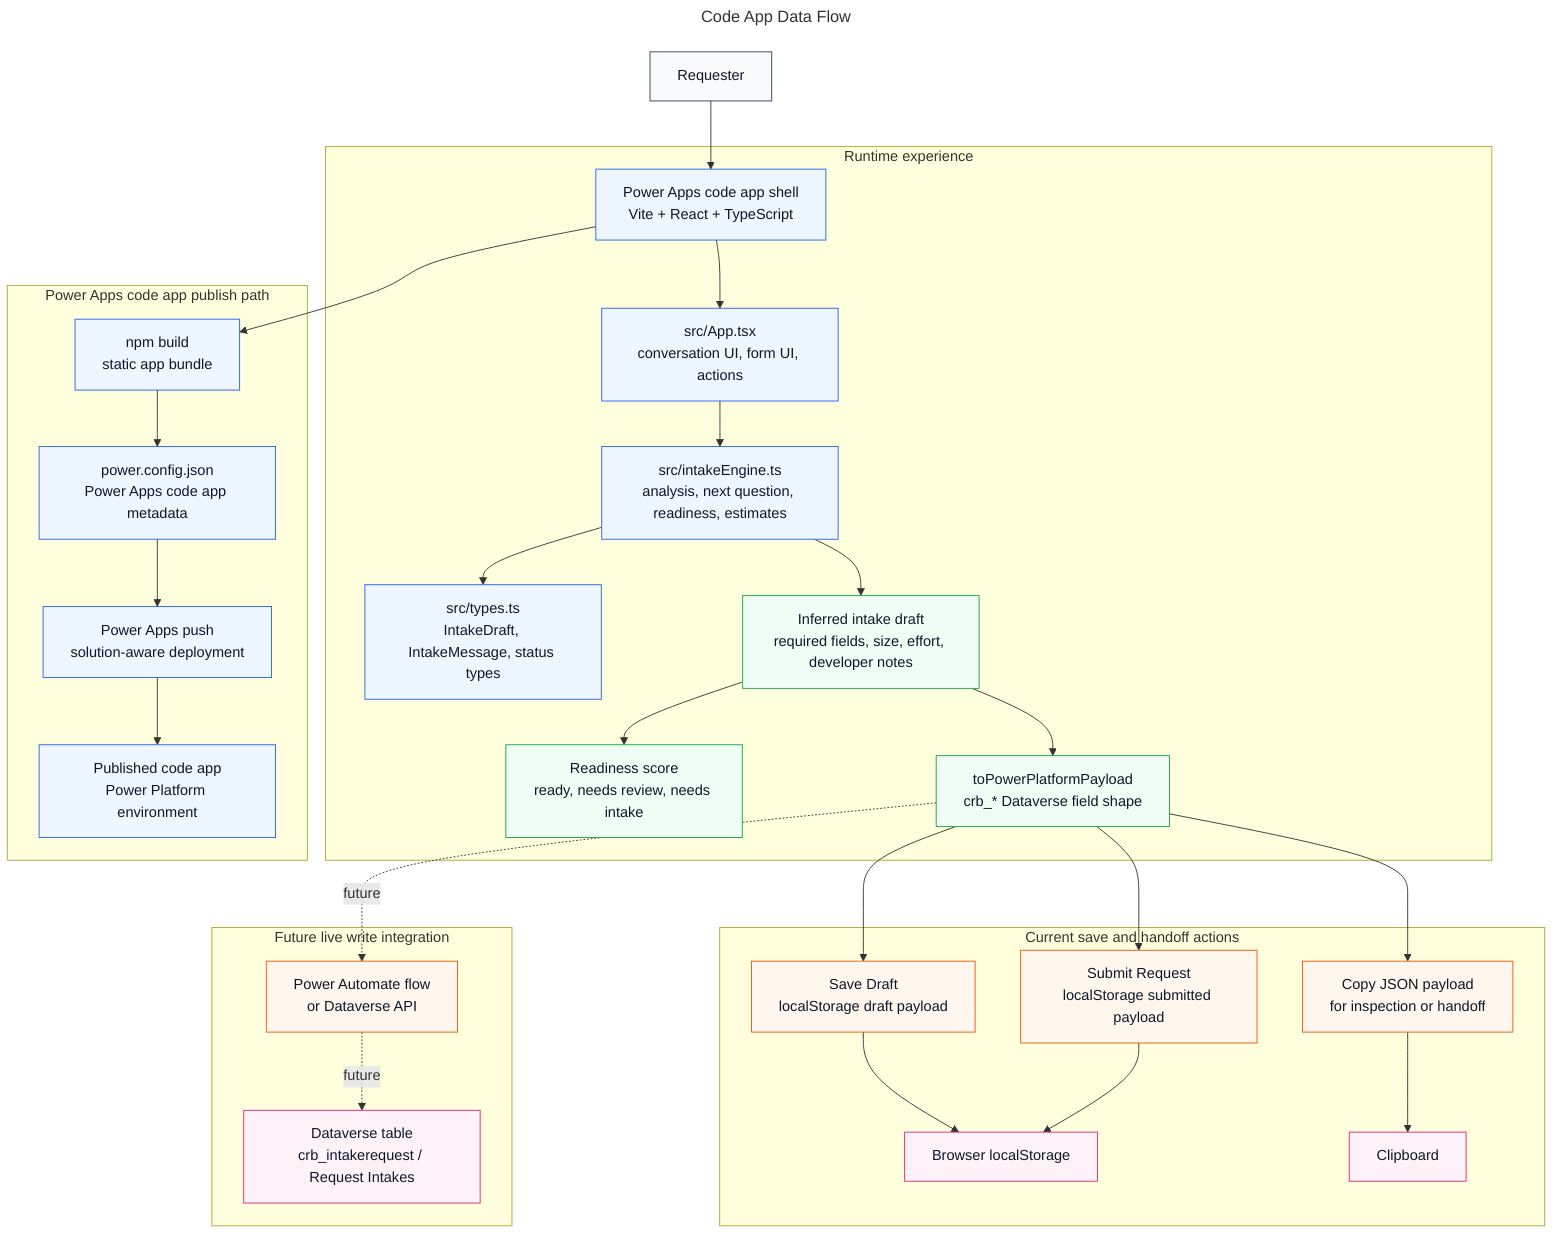
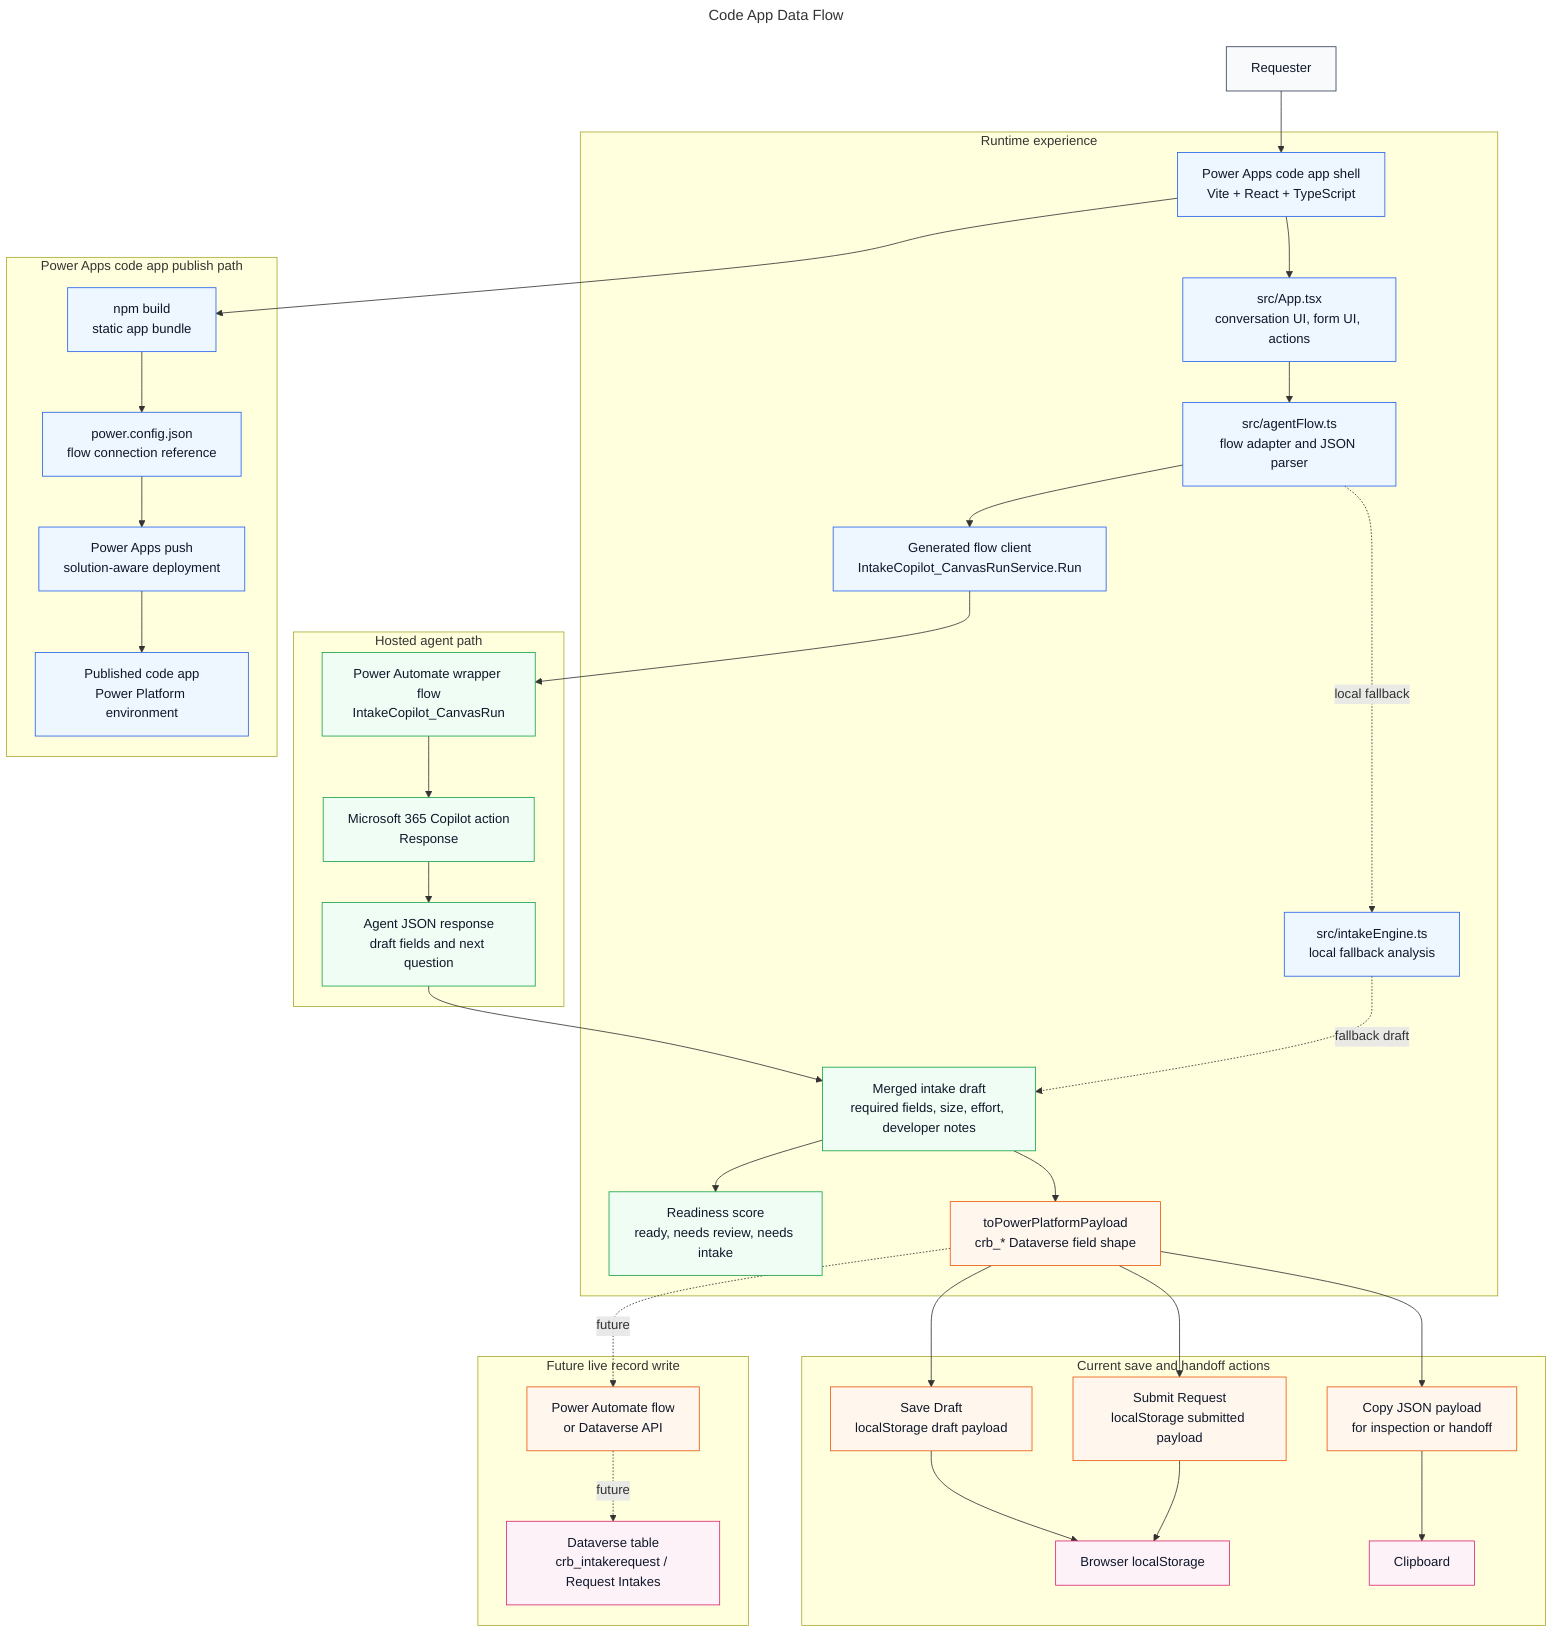
---
title: Code App Data Flow
---
flowchart TD
    User["Requester"]

    subgraph Runtime["Runtime experience"]
        ReactApp["Power Apps code app shell<br/>Vite + React + TypeScript"]
        AppTsx["src/App.tsx<br/>conversation UI, form UI, actions"]
-         Engine["src/intakeEngine.ts<br/>analysis, next question, readiness, estimates"]
-         Types["src/types.ts<br/>IntakeDraft, IntakeMessage, status types"]
-         Draft["Inferred intake draft<br/>required fields, size, effort, developer notes"]
+         Engine["src/intakeEngine.ts<br/>local fallback analysis"]
+         AgentAdapter["src/agentFlow.ts<br/>flow adapter and JSON parser"]
+         GeneratedClient["Generated flow client<br/>IntakeCopilot_CanvasRunService.Run"]
+         Draft["Merged intake draft<br/>required fields, size, effort, developer notes"]
        Readiness["Readiness score<br/>ready, needs review, needs intake"]
        Mapper["toPowerPlatformPayload<br/>crb_* Dataverse field shape"]
+     end
+ 
+     subgraph LiveAgent["Hosted agent path"]
+         Wrapper["Power Automate wrapper flow<br/>IntakeCopilot_CanvasRun"]
+         Copilot["Microsoft 365 Copilot action<br/>Response"]
+         AgentJson["Agent JSON response<br/>draft fields and next question"]
    end

    subgraph LocalActions["Current save and handoff actions"]
        DraftLocal["Save Draft<br/>localStorage draft payload"]
        SubmitLocal["Submit Request<br/>localStorage submitted payload"]
        CopyPayload["Copy JSON payload<br/>for inspection or handoff"]
        BrowserStorage["Browser localStorage"]
        Clipboard["Clipboard"]
    end

    subgraph Publish["Power Apps code app publish path"]
        Build["npm build<br/>static app bundle"]
-         Config["power.config.json<br/>Power Apps code app metadata"]
+         Config["power.config.json<br/>flow connection reference"]
        Push["Power Apps push<br/>solution-aware deployment"]
        Hosted["Published code app<br/>Power Platform environment"]
    end

-     subgraph Future["Future live write integration"]
+     subgraph Future["Future live record write"]
        FlowOrApi["Power Automate flow<br/>or Dataverse API"]
        Requests["Dataverse table<br/>crb_intakerequest / Request Intakes"]
    end

    User --> ReactApp
    ReactApp --> AppTsx
-     AppTsx --> Engine
-     Engine --> Types
-     Engine --> Draft
+     AppTsx --> AgentAdapter
+     AgentAdapter --> GeneratedClient
+     GeneratedClient --> Wrapper
+     Wrapper --> Copilot
+     Copilot --> AgentJson
+     AgentJson --> Draft
+     AgentAdapter -. local fallback .-> Engine
+     Engine -. fallback draft .-> Draft
    Draft --> Readiness
    Draft --> Mapper
    Mapper --> DraftLocal
    Mapper --> SubmitLocal
    Mapper --> CopyPayload
    DraftLocal --> BrowserStorage
    SubmitLocal --> BrowserStorage
    CopyPayload --> Clipboard
    ReactApp --> Build
    Build --> Config
    Config --> Push
    Push --> Hosted
    Mapper -. future .-> FlowOrApi
    FlowOrApi -. future .-> Requests

    classDef user fill:#f8fafc,stroke:#334155,stroke-width:1px,color:#0f172a
    classDef app fill:#eef6ff,stroke:#2563eb,stroke-width:1px,color:#0f172a
    classDef agent fill:#f0fdf4,stroke:#16a34a,stroke-width:1px,color:#0f172a
    classDef storage fill:#fdf2f8,stroke:#db2777,stroke-width:1px,color:#0f172a
    classDef write fill:#fff7ed,stroke:#ea580c,stroke-width:1px,color:#0f172a

    class User user
-     class ReactApp,AppTsx,Engine,Types,Build,Config,Push,Hosted app
-     class Draft,Readiness,Mapper agent
-     class DraftLocal,SubmitLocal,CopyPayload,FlowOrApi write
+     class ReactApp,AppTsx,Engine,AgentAdapter,GeneratedClient,Build,Config,Push,Hosted app
+     class Wrapper,Copilot,AgentJson,Draft,Readiness agent
+     class DraftLocal,SubmitLocal,CopyPayload,FlowOrApi,Mapper write
    class BrowserStorage,Clipboard,Requests storage
